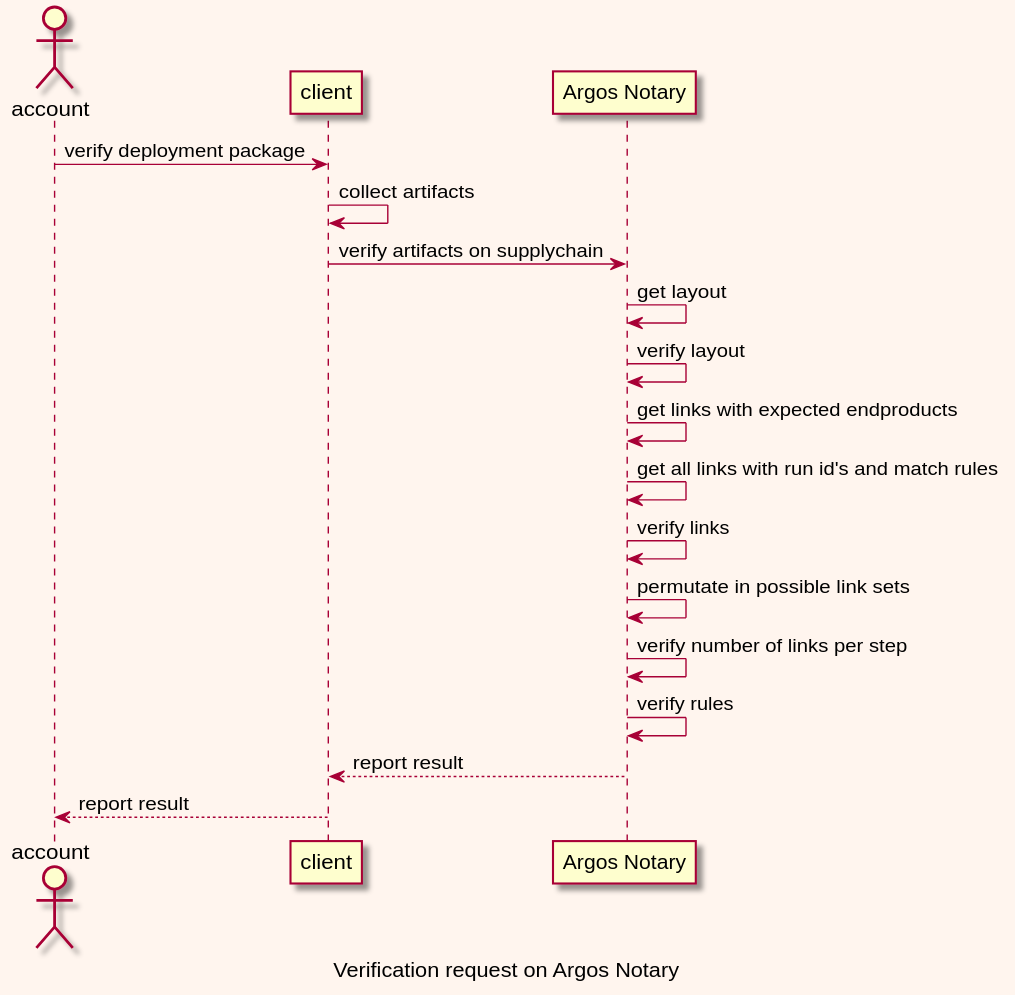
The PlantUML diagram static/img/plantuml/70_reference_verification_flow.svg in argosnotary/docs, before a commit. Source of this version:
```plantuml
@startuml

caption Verification request on Argos Notary

skinparam shadowing<<with_shadow>> true
skinparam backgroundColor #SeaShell

actor account
participant client as client
participant "Argos Notary" as argos

account -> client: verify deployment package
client -> client: collect artifacts

client -> argos: verify artifacts on supplychain
argos -> argos: get layout
argos -> argos: verify layout
argos -> argos: get links with expected endproducts
argos -> argos: get all links with run id's and match rules
argos -> argos: verify links
argos -> argos: permutate in possible link sets
argos -> argos: verify number of links per step
argos -> argos: verify rules
argos --> client: report result
client --> account: report result

@enduml
```
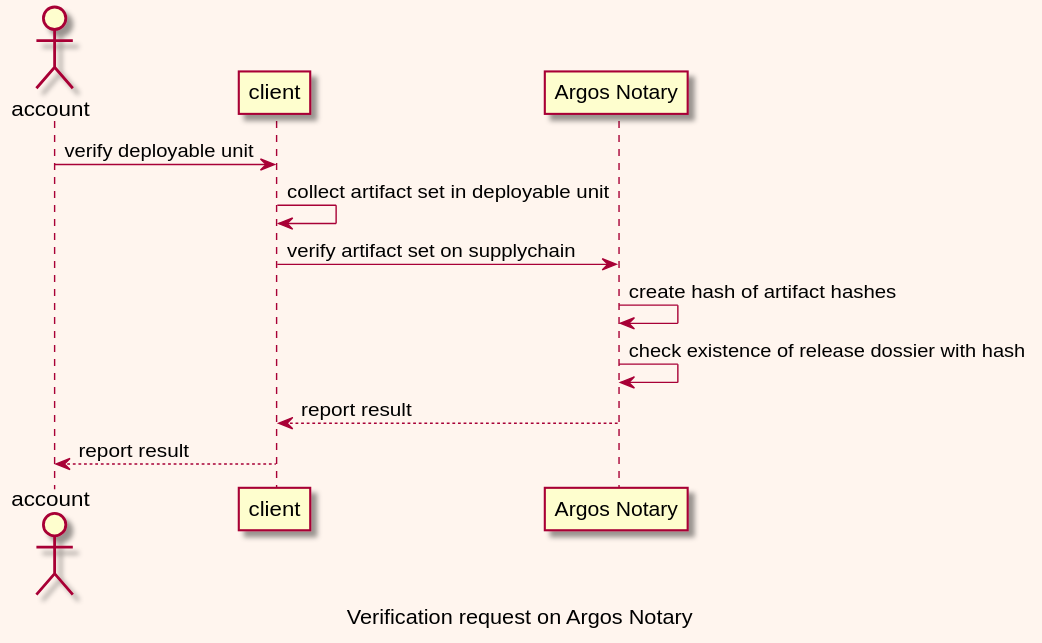
The same file after the commit.

Diff of the diagram source:
```diff
@@ -9,19 +9,11 @@
 participant client as client
 participant "Argos Notary" as argos
 
-account -> client: verify deployment package
-client -> client: collect artifacts
-
-client -> argos: verify artifacts on supplychain
-argos -> argos: get layout
-argos -> argos: verify layout
-argos -> argos: get links with expected endproducts
-argos -> argos: get all links with run id's and match rules
-argos -> argos: verify links
-argos -> argos: permutate in possible link sets
-argos -> argos: verify number of links per step
-argos -> argos: verify rules
+account -> client: verify deployable unit
+client -> client: collect artifact set in deployable unit
+client -> argos: verify artifact set on supplychain
+argos -> argos: create hash of artifact hashes
+argos -> argos: check existence of release dossier with hash
 argos --> client: report result
 client --> account: report result
-
 @enduml
```
